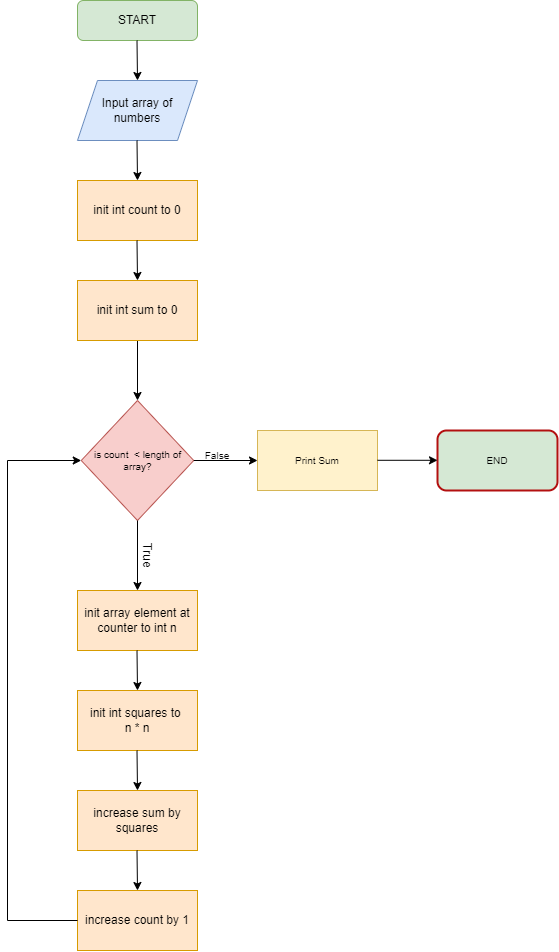
Earlier version of the draw.io export 0x00-map_your_mind/0-sum_squares.png (XVI-IX/alx-onboarding). Source tidied: cells renumbered, new cells last; positions are measured from the earlier drawing's top-left corner, leaving out a move shared by most shapes.
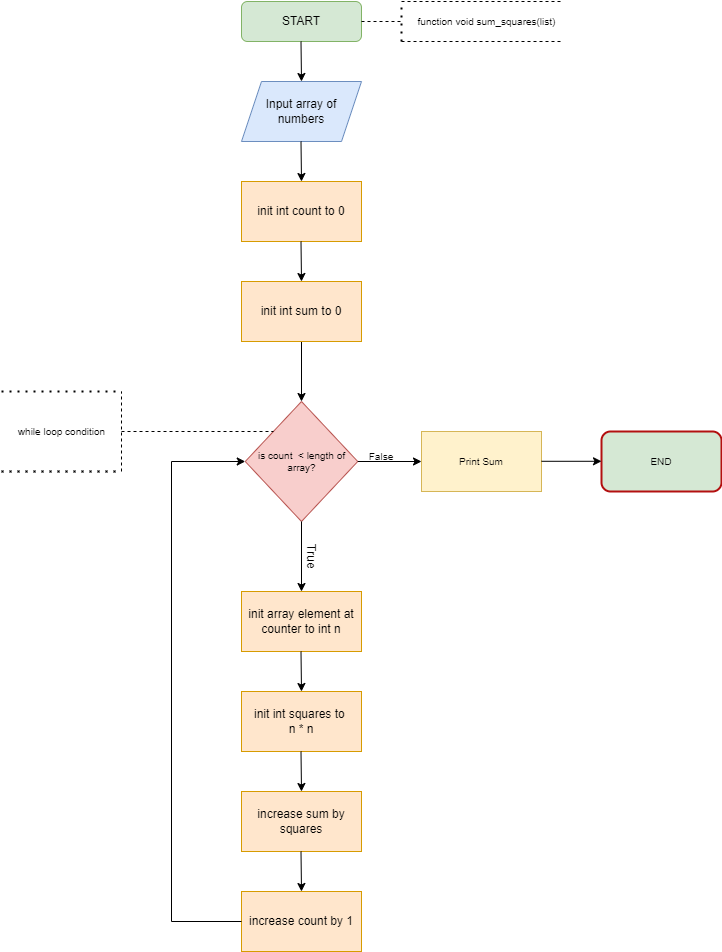
The same file after the commit.

What changed in the source:
```diff
@@ -117,5 +117,61 @@
         <mxPoint y="460" as="sourcePoint" />
       </mxGeometry>
     </mxCell>
+    <mxCell id="28" style="endArrow=none;dashed=1;html=1;rounded=0;fontSize=10;" parent="1" edge="1">
+      <mxGeometry relative="1" as="geometry">
+        <mxPoint x="190" y="20" as="sourcePoint" />
+        <mxPoint x="230" y="20" as="targetPoint" />
+      </mxGeometry>
+    </mxCell>
+    <mxCell id="29" style="endArrow=none;dashed=1;html=1;dashPattern=1 3;strokeWidth=2;rounded=0;fontSize=10;" parent="1" edge="1">
+      <mxGeometry relative="1" as="geometry">
+        <mxPoint x="230" y="40" as="sourcePoint" />
+        <mxPoint x="230" as="targetPoint" />
+      </mxGeometry>
+    </mxCell>
+    <mxCell id="30" style="endArrow=none;dashed=1;html=1;rounded=0;fontSize=10;" parent="1" edge="1">
+      <mxGeometry relative="1" as="geometry">
+        <mxPoint x="230" y="40" as="sourcePoint" />
+        <mxPoint x="390" y="40" as="targetPoint" />
+      </mxGeometry>
+    </mxCell>
+    <mxCell id="31" style="endArrow=none;dashed=1;html=1;rounded=0;fontSize=10;" parent="1" edge="1">
+      <mxGeometry relative="1" as="geometry">
+        <mxPoint x="230" as="sourcePoint" />
+        <mxPoint x="390" as="targetPoint" />
+      </mxGeometry>
+    </mxCell>
+    <mxCell id="32" value="function void sum_squares(list)" style="text;html=1;align=center;verticalAlign=middle;strokeColor=none;fillColor=none;fontSize=10;" parent="1" vertex="1">
+      <mxGeometry x="240" y="10" width="150" height="20" as="geometry" />
+    </mxCell>
+    <mxCell id="33" style="endArrow=none;dashed=1;html=1;rounded=0;fontSize=10;entryX=0;entryY=0;entryDx=0;entryDy=0;" parent="1" edge="1" target="10">
+      <mxGeometry relative="1" as="geometry">
+        <mxPoint x="-50" y="430" as="sourcePoint" />
+      </mxGeometry>
+    </mxCell>
+    <mxCell id="34" style="endArrow=none;dashed=1;html=1;rounded=0;fontSize=10;" parent="1" edge="1">
+      <mxGeometry relative="1" as="geometry">
+        <mxPoint x="-50" y="470" as="sourcePoint" />
+        <mxPoint x="-50" y="390" as="targetPoint" />
+      </mxGeometry>
+    </mxCell>
+    <mxCell id="35" style="endArrow=none;dashed=1;html=1;dashPattern=1 3;strokeWidth=2;rounded=0;fontSize=10;" parent="1" edge="1">
+      <mxGeometry relative="1" as="geometry">
+        <mxPoint x="-170" y="390" as="sourcePoint" />
+        <mxPoint x="-50" y="390" as="targetPoint" />
+      </mxGeometry>
+    </mxCell>
+    <mxCell id="36" style="endArrow=none;dashed=1;html=1;dashPattern=1 3;strokeWidth=2;rounded=0;fontSize=10;" parent="1" edge="1">
+      <mxGeometry relative="1" as="geometry">
+        <mxPoint x="-170" y="470" as="sourcePoint" />
+        <mxPoint x="-50" y="470" as="targetPoint" />
+        <Array as="points">
+          <mxPoint x="-120" y="470" />
+        </Array>
+      </mxGeometry>
+    </mxCell>
+    <mxCell id="37" value="while loop condition" style="text;html=1;align=center;verticalAlign=middle;strokeColor=none;fillColor=none;fontSize=10;" parent="1" vertex="1">
+      <mxGeometry x="-160" y="420" width="100" height="20" as="geometry" />
+    </mxCell>
   </root>
 </mxGraphModel>
```
